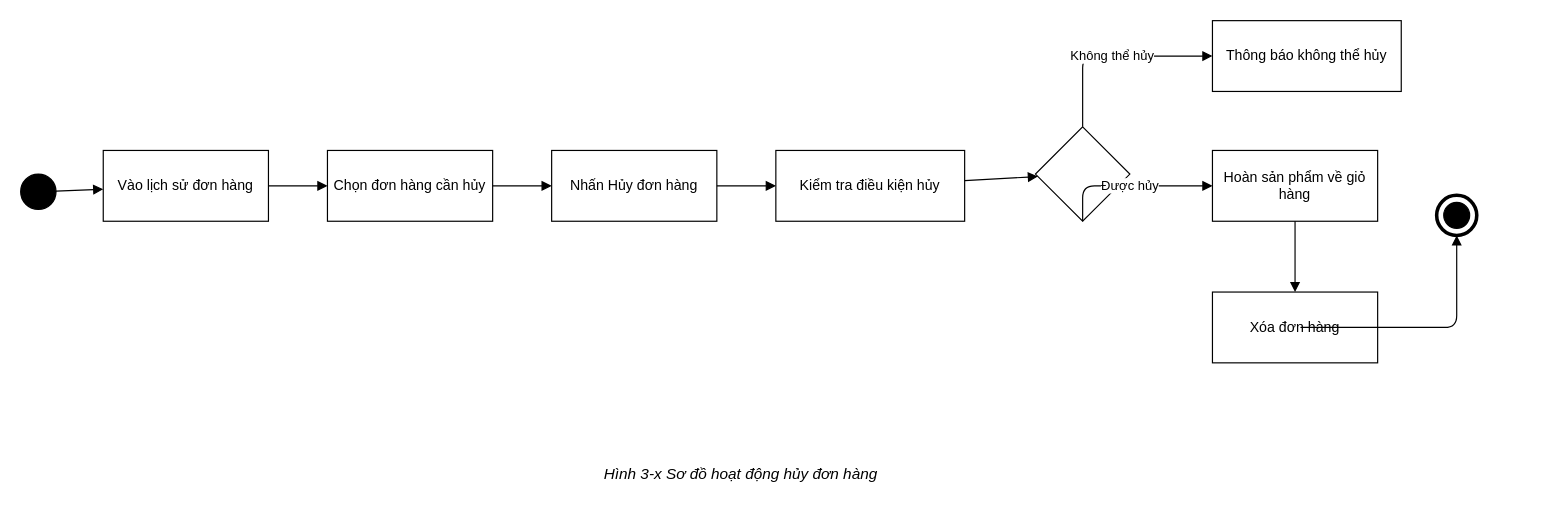
Before: app/Http/doc/activity/06-huy-don-hang.drawio in thien258/luanvantotnghiep, a draw.io diagram. Source tidied: cells renumbered, new cells numbered last; positions are measured from the earlier drawing's top-left corner, leaving out a move shared by most shapes. Both pictures are drawn from the tidied source at 118%, with x=0, y=0 at pixel (20, 20).
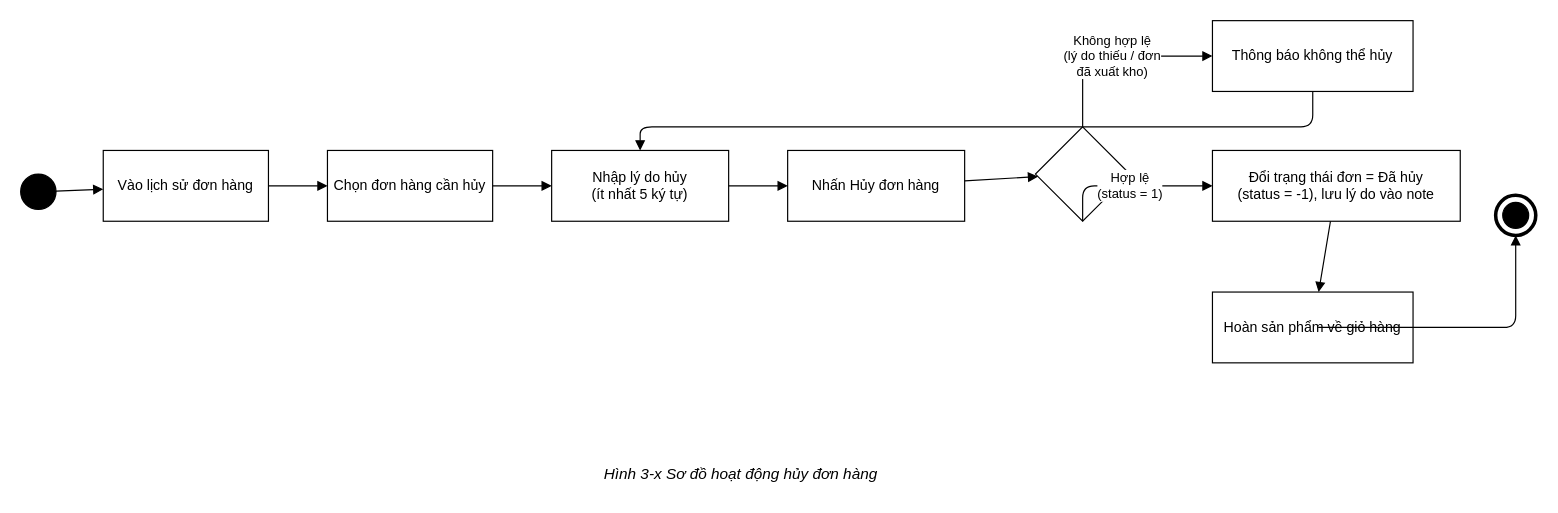
Above is the later version.

The change refers to these unchanged cells:
```xml
<mxCell id="7" style="rhombus;whiteSpace=wrap;html=1;fillColor=#FFFFFF;" parent="1" vertex="1">
  <mxGeometry x="860" y="90" width="80" height="80" as="geometry" />
</mxCell>
```

What changed in the source:
```diff
@@
-    <mxCell id="5" value="Nhấn Hủy đơn hàng" style="rounded=0;whiteSpace=wrap;html=1;" parent="1" vertex="1">
-      <mxGeometry x="450" y="110" width="140" height="60" as="geometry" />
+    <mxCell id="5" value="Nhập lý do hủy&#10;(ít nhất 5 ký tự)" style="rounded=0;whiteSpace=wrap;html=1;" parent="1" vertex="1">
+      <mxGeometry x="450" y="110" width="150" height="60" as="geometry" />
     </mxCell>
-    <mxCell id="6" value="Kiểm tra điều kiện hủy" style="rounded=0;whiteSpace=wrap;html=1;" parent="1" vertex="1">
-      <mxGeometry x="640" y="110" width="160" height="60" as="geometry" />
+    <mxCell id="6" value="Nhấn Hủy đơn hàng" style="rounded=0;whiteSpace=wrap;html=1;" parent="1" vertex="1">
+      <mxGeometry x="650" y="110" width="150" height="60" as="geometry" />
     </mxCell>
@@
     <mxCell id="8" value="Thông báo không thể hủy" style="rounded=0;whiteSpace=wrap;html=1;" parent="1" vertex="1">
-      <mxGeometry x="1010" width="160" height="60" as="geometry" />
+      <mxGeometry x="1010" width="170" height="60" as="geometry" />
     </mxCell>
-    <mxCell id="9" value="Hoàn sản phẩm về giỏ hàng" style="rounded=0;whiteSpace=wrap;html=1;" parent="1" vertex="1">
-      <mxGeometry x="1010" y="110" width="140" height="60" as="geometry" />
+    <mxCell id="9" value="Đổi trạng thái đơn = Đã hủy&#10;(status = -1), lưu lý do vào note" style="rounded=0;whiteSpace=wrap;html=1;" parent="1" vertex="1">
+      <mxGeometry x="1010" y="110" width="210" height="60" as="geometry" />
     </mxCell>
-    <mxCell id="10" value="Xóa đơn hàng" style="rounded=0;whiteSpace=wrap;html=1;" parent="1" vertex="1">
-      <mxGeometry x="1010" y="230" width="140" height="60" as="geometry" />
+    <mxCell id="10" value="Hoàn sản phẩm về giỏ hàng" style="rounded=0;whiteSpace=wrap;html=1;" parent="1" vertex="1">
+      <mxGeometry x="1010" y="230" width="170" height="60" as="geometry" />
     </mxCell>
     <mxCell id="11" style="ellipse;fillColor=#FFFFFF;strokeColor=#000000;strokeWidth=3;" parent="1" vertex="1">
-      <mxGeometry x="1200" y="148" width="34" height="34" as="geometry" />
+      <mxGeometry x="1250" y="148" width="34" height="34" as="geometry" />
     </mxCell>
     <mxCell id="12" style="ellipse;fillColor=#000000;strokeColor=#000000;" parent="1" vertex="1">
-      <mxGeometry x="1206" y="154" width="22" height="22" as="geometry" />
+      <mxGeometry x="1256" y="154" width="22" height="22" as="geometry" />
     </mxCell>
@@
-    <mxCell id="18" value="Không thể hủy" style="endArrow=block;endFill=1;html=1;" parent="1" edge="1" source="7" target="8">
+    <mxCell id="18" value="Không hợp lệ&#10;(lý do thiếu / đơn&#10;đã xuất kho)" style="endArrow=block;endFill=1;html=1;" parent="1" edge="1" source="7" target="8">
       <mxGeometry relative="1" as="geometry">
         <Array as="points">
           <mxPoint x="900" y="30" />
         </Array>
       </mxGeometry>
     </mxCell>
-    <mxCell id="19" value="Được hủy" style="endArrow=block;endFill=1;html=1;" parent="1" edge="1" source="7" target="9">
+    <mxCell id="19" value="Hợp lệ&#10;(status = 1)" style="endArrow=block;endFill=1;html=1;" parent="1" edge="1" source="7" target="9">
       <mxGeometry relative="1" as="geometry">
         <Array as="points">
           <mxPoint x="900" y="140" />
         </Array>
       </mxGeometry>
     </mxCell>
@@
     <mxCell id="21" style="endArrow=block;endFill=1;html=1;" parent="1" edge="1" source="10" target="11">
       <mxGeometry relative="1" as="geometry">
         <Array as="points">
-          <mxPoint x="1080" y="260" />
-          <mxPoint x="1217" y="260" />
+          <mxPoint x="1095" y="260" />
+          <mxPoint x="1267" y="260" />
         </Array>
       </mxGeometry>
     </mxCell>
+    <mxCell id="23" style="endArrow=block;endFill=1;html=1;" parent="1" edge="1" source="8" target="5">
+      <mxGeometry relative="1" as="geometry">
+        <Array as="points">
+          <mxPoint x="1095" y="90" />
+          <mxPoint x="525" y="90" />
+        </Array>
+      </mxGeometry>
+    </mxCell>
```
